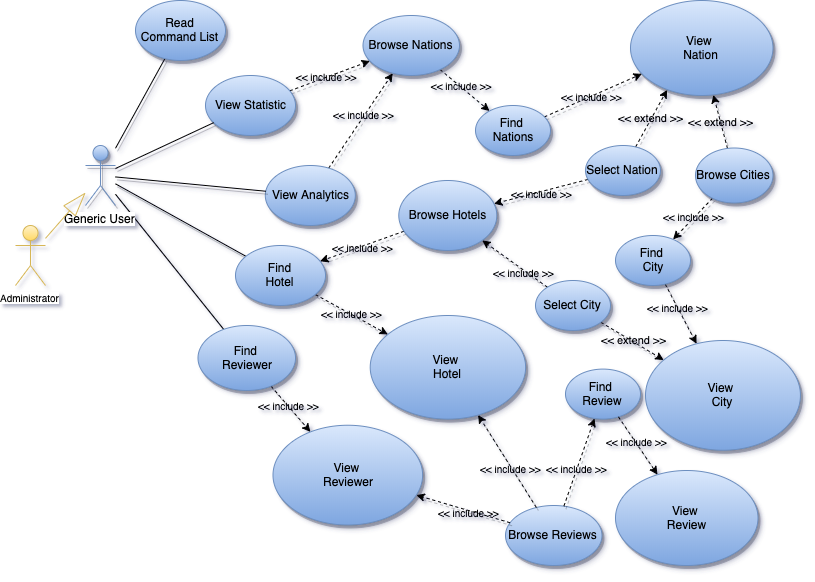
MatteoDJon/Task2LSMDB keeps this draw.io diagram as img/uml_generic_user.png. Above is the earlier version. Source tidied: cells renumbered, new cells last; positions are measured from the earlier drawing's top-left corner, leaving out a move shared by most shapes.
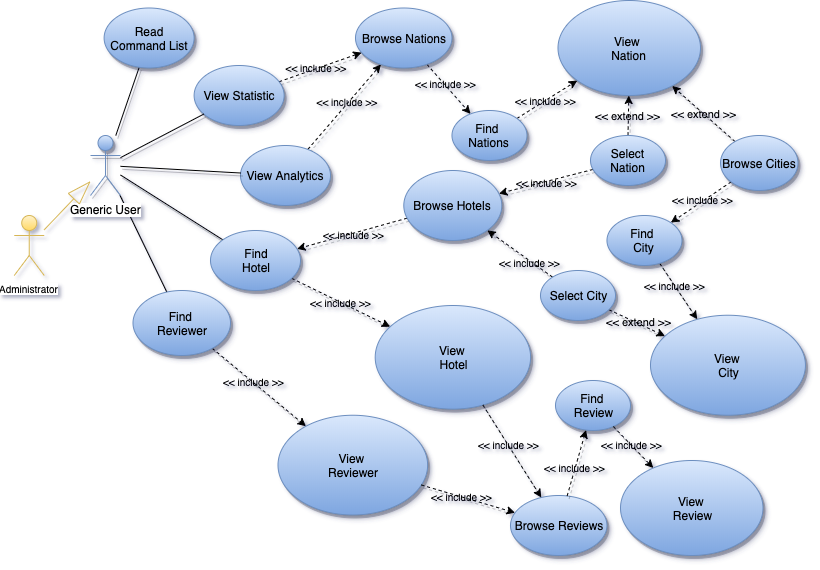
The same diagram one commit later.

Change to the diagram source:
```diff
@@ -21,7 +21,7 @@
       <mxGeometry x="-0.11" relative="1" as="geometry" />
     </mxCell>
     <mxCell id="8" value="View Statistic" style="ellipse;whiteSpace=wrap;html=1;fillColor=#dae8fc;strokeColor=#6c8ebf;shadow=1;gradientColor=#7ea6e0;" parent="1" vertex="1">
-      <mxGeometry x="190" y="75" width="90" height="60" as="geometry" />
+      <mxGeometry x="173.6" y="75" width="90" height="60" as="geometry" />
     </mxCell>
     <mxCell id="9" style="edgeStyle=none;rounded=0;jettySize=auto;html=1;dashed=1;endArrow=classic;endFill=1;shadow=1;fillColor=#60a917;strokeColor=#000000;" parent="1" edge="1" source="11" target="16">
       <mxGeometry relative="1" as="geometry" />
@@ -30,7 +30,7 @@
       <mxGeometry x="0.1" y="1" relative="1" as="geometry" />
     </mxCell>
     <mxCell id="11" value="View Analytics" style="ellipse;whiteSpace=wrap;html=1;fillColor=#dae8fc;strokeColor=#6c8ebf;shadow=1;gradientColor=#7ea6e0;" parent="1" vertex="1">
-      <mxGeometry x="249.8" y="165" width="90" height="60" as="geometry" />
+      <mxGeometry x="220" y="155" width="90" height="60" as="geometry" />
     </mxCell>
     <mxCell id="12" style="endArrow=none;html=1;shadow=1;" parent="1" edge="1" source="3" target="8">
       <mxGeometry relative="1" as="geometry" />
@@ -45,7 +45,7 @@
       <mxGeometry x="-0.15" relative="1" as="geometry" />
     </mxCell>
     <mxCell id="16" value="Browse Nations" style="ellipse;whiteSpace=wrap;html=1;fillColor=#dae8fc;strokeColor=#6c8ebf;shadow=1;gradientColor=#7ea6e0;" parent="1" vertex="1">
-      <mxGeometry x="347.5" y="15" width="96.5" height="60" as="geometry" />
+      <mxGeometry x="335" y="17.5" width="96.5" height="60" as="geometry" />
     </mxCell>
     <mxCell id="17" style="edgeStyle=none;rounded=0;jettySize=auto;html=1;dashed=1;endArrow=classic;endFill=1;shadow=1;fillColor=#60a917;strokeColor=#000000;" parent="1" edge="1" source="20" target="21">
       <mxGeometry relative="1" as="geometry" />
@@ -57,15 +57,13 @@
       <mxGeometry x="-0.04" relative="1" as="geometry" />
     </mxCell>
     <mxCell id="20" value="Find &lt;br&gt;Nations" style="ellipse;whiteSpace=wrap;html=1;fillColor=#dae8fc;strokeColor=#6c8ebf;shadow=1;gradientColor=#7ea6e0;" parent="1" vertex="1">
-      <mxGeometry x="460" y="105" width="75" height="50" as="geometry" />
+      <mxGeometry x="431.5" y="120" width="75" height="50" as="geometry" />
     </mxCell>
     <mxCell id="21" value="View&amp;nbsp;&lt;br&gt;Nation" style="ellipse;whiteSpace=wrap;html=1;fillColor=#dae8fc;strokeColor=#6c8ebf;shadow=1;gradientColor=#7ea6e0;" parent="1" vertex="1">
-      <mxGeometry x="615" width="142.5" height="95" as="geometry" />
+      <mxGeometry x="537.5" y="10" width="142.5" height="95" as="geometry" />
     </mxCell>
-    <mxCell id="22" value="&amp;lt;&amp;lt; extend &amp;gt;&amp;gt;" style="edgeStyle=none;rounded=0;jettySize=auto;html=1;dashed=1;endArrow=classic;endFill=1;shadow=1;labelBackgroundColor=none;" parent="1" edge="1" source="25">
-      <mxGeometry relative="1" as="geometry">
-        <mxPoint x="651.6" y="89.4" as="targetPoint" />
-      </mxGeometry>
+    <mxCell id="22" value="&amp;lt;&amp;lt; extend &amp;gt;&amp;gt;" style="edgeStyle=none;rounded=0;jettySize=auto;html=1;dashed=1;endArrow=classic;endFill=1;shadow=1;labelBackgroundColor=none;" parent="1" edge="1" source="25" target="21">
+      <mxGeometry relative="1" as="geometry" />
     </mxCell>
     <mxCell id="23" style="edgeStyle=none;rounded=0;jettySize=auto;html=1;dashed=1;endArrow=classic;endFill=1;shadow=1;" parent="1" edge="1" source="25" target="38">
       <mxGeometry relative="1" as="geometry" />
@@ -86,10 +84,10 @@
       <mxGeometry x="-0.08" y="-2" relative="1" as="geometry" />
     </mxCell>
     <mxCell id="29" value="Browse Cities" style="ellipse;whiteSpace=wrap;html=1;fillColor=#dae8fc;strokeColor=#6c8ebf;shadow=1;gradientColor=#7ea6e0;" parent="1" vertex="1">
-      <mxGeometry x="680" y="147.5" width="77.5" height="55" as="geometry" />
+      <mxGeometry x="700" y="145" width="77.5" height="55" as="geometry" />
     </mxCell>
     <mxCell id="30" value="View&amp;nbsp;&lt;br&gt;City" style="ellipse;whiteSpace=wrap;html=1;fillColor=#dae8fc;strokeColor=#6c8ebf;shadow=1;gradientColor=#7ea6e0;" parent="1" vertex="1">
-      <mxGeometry x="630" y="340" width="154.9" height="109.7" as="geometry" />
+      <mxGeometry x="630" y="324.7" width="154.9" height="100" as="geometry" />
     </mxCell>
     <mxCell id="31" value="&lt;span style=&quot;color: rgba(0 , 0 , 0 , 0) ; font-family: monospace ; font-size: 0px ; background-color: rgb(248 , 249 , 250)&quot;&gt;%3CmxGraphModel%3E%3Croot%3E%3CmxCell%20id%3D%220%22%2F%3E%3CmxCell%20id%3D%221%22%20parent%3D%220%22%2F%3E%3CmxCell%20id%3D%222%22%20value%3D%22%26amp%3Blt%3B%26amp%3Blt%3B%20extend%20%26amp%3Bgt%3B%26amp%3Bgt%3B%22%20style%3D%22edgeStyle%3Dnone%3Brounded%3D0%3BorthogonalLoop%3D1%3BjettySize%3Dauto%3Bhtml%3D1%3Bdashed%3D1%3BendArrow%3Dclassic%3BendFill%3D1%3Bshadow%3D1%3B%22%20edge%3D%221%22%20parent%3D%221%22%3E%3CmxGeometry%20relative%3D%221%22%20as%3D%22geometry%22%3E%3CmxPoint%20x%3D%22584.3606180702795%22%20y%3D%22163.01770083657925%22%20as%3D%22sourcePoint%22%2F%3E%3CmxPoint%20x%3D%22631.6137493807867%22%20y%3D%22104.37369975044908%22%20as%3D%22targetPoint%22%2F%3E%3C%2FmxGeometry%3E%3C%2FmxCell%3E%3C%2Froot%3E%3C%2FmxGraphModel%3E&lt;/span&gt;" style="edgeStyle=none;rounded=0;jettySize=auto;html=1;dashed=1;endArrow=classic;endFill=1;shadow=1;" parent="1" edge="1" source="35" target="30">
       <mxGeometry relative="1" as="geometry" />
@@ -121,13 +119,13 @@
       <mxGeometry x="354.7" y="315" width="155.4" height="103.6" as="geometry" />
     </mxCell>
     <mxCell id="40" value="Read Command List" style="ellipse;whiteSpace=wrap;html=1;fillColor=#dae8fc;strokeColor=#6c8ebf;shadow=1;gradientColor=#7ea6e0;" parent="1" vertex="1">
-      <mxGeometry x="120" width="90" height="60" as="geometry" />
+      <mxGeometry x="83.6" y="17.5" width="90" height="60" as="geometry" />
     </mxCell>
     <mxCell id="41" value="&lt;span style=&quot;font-size: 10px;&quot;&gt;&amp;lt;&amp;lt; include &amp;gt;&amp;gt;&lt;/span&gt;" style="edgeStyle=none;rounded=0;jettySize=auto;html=1;dashed=1;endArrow=classic;endFill=1;shadow=1;labelBackgroundColor=none;" parent="1" edge="1" source="42" target="39">
       <mxGeometry relative="1" as="geometry" />
     </mxCell>
     <mxCell id="42" value="Find&lt;br&gt;Hotel" style="ellipse;whiteSpace=wrap;html=1;fillColor=#dae8fc;strokeColor=#6c8ebf;shadow=1;gradientColor=#7ea6e0;" parent="1" vertex="1">
-      <mxGeometry x="220" y="245" width="90" height="60" as="geometry" />
+      <mxGeometry x="190" y="240" width="90" height="60" as="geometry" />
     </mxCell>
     <mxCell id="43" style="edgeStyle=none;rounded=0;jettySize=auto;html=1;dashed=1;endArrow=classic;endFill=1;shadow=1;" parent="1" edge="1" source="45" target="46">
       <mxGeometry relative="1" as="geometry" />
@@ -136,7 +134,7 @@
       <mxGeometry x="-0.13" y="1" relative="1" as="geometry" />
     </mxCell>
     <mxCell id="45" value="Find &lt;br&gt;Reviewer" style="ellipse;whiteSpace=wrap;html=1;fillColor=#dae8fc;strokeColor=#6c8ebf;shadow=1;gradientColor=#7ea6e0;" parent="1" vertex="1">
-      <mxGeometry x="182.5" y="325" width="97.5" height="65" as="geometry" />
+      <mxGeometry x="112.5" y="300" width="97.5" height="65" as="geometry" />
     </mxCell>
     <mxCell id="46" value="View&amp;nbsp;&lt;br&gt;Reviewer" style="ellipse;whiteSpace=wrap;html=1;fillColor=#dae8fc;strokeColor=#6c8ebf;shadow=1;gradientColor=#7ea6e0;" parent="1" vertex="1">
       <mxGeometry x="257.5" y="424.7" width="149.6" height="99.7" as="geometry" />
@@ -148,31 +146,31 @@
       <mxGeometry x="-0.22" relative="1" as="geometry" />
     </mxCell>
     <mxCell id="49" value="Find &lt;br&gt;City" style="ellipse;whiteSpace=wrap;html=1;fillColor=#dae8fc;strokeColor=#6c8ebf;shadow=1;gradientColor=#7ea6e0;" parent="1" vertex="1">
-      <mxGeometry x="600" y="235" width="75" height="50" as="geometry" />
+      <mxGeometry x="586.5" y="225" width="75" height="50" as="geometry" />
     </mxCell>
     <mxCell id="50" style="edgeStyle=none;rounded=0;jettySize=auto;html=1;labelBackgroundColor=none;endArrow=blockThin;endFill=0;endSize=22;strokeColor=#d6b656;strokeWidth=1;fontSize=10;gradientColor=#ffd966;fillColor=#fff2cc;" parent="1" edge="1" source="51" target="3">
       <mxGeometry relative="1" as="geometry" />
     </mxCell>
     <mxCell id="51" value="Administrator&lt;br&gt;" style="shape=umlActor;verticalLabelPosition=bottom;labelBackgroundColor=#ffffff;verticalAlign=top;html=1;outlineConnect=0;fillColor=#fff2cc;fontSize=10;gradientColor=#ffd966;strokeColor=#d6b656;" parent="1" vertex="1">
-      <mxGeometry y="225" width="30" height="60" as="geometry" />
+      <mxGeometry x="-6.3" y="225" width="30" height="60" as="geometry" />
     </mxCell>
     <mxCell id="52" value="Browse Reviews" style="ellipse;whiteSpace=wrap;html=1;fillColor=#dae8fc;strokeColor=#6c8ebf;shadow=1;gradientColor=#7ea6e0;" parent="1" vertex="1">
       <mxGeometry x="490" y="505" width="96.5" height="60" as="geometry" />
     </mxCell>
-    <mxCell id="53" style="edgeStyle=none;rounded=0;jettySize=auto;html=1;dashed=1;endArrow=classic;endFill=1;shadow=1;" parent="1" edge="1" source="52" target="46">
+    <mxCell id="53" style="edgeStyle=none;rounded=0;jettySize=auto;html=1;dashed=1;endArrow=classic;endFill=1;shadow=1;" parent="1" edge="1" source="46" target="52">
       <mxGeometry relative="1" as="geometry" />
     </mxCell>
     <mxCell id="54" value="&lt;span style=&quot;&quot;&gt;&amp;lt;&amp;lt; include &amp;gt;&amp;gt;&lt;/span&gt;" style="text;html=1;align=center;verticalAlign=middle;labelBackgroundColor=none;fontSize=10;" parent="53" vertex="1">
       <mxGeometry x="-0.13" y="1" relative="1" as="geometry" />
     </mxCell>
-    <mxCell id="55" style="edgeStyle=none;rounded=0;jettySize=auto;html=1;dashed=1;endArrow=classic;endFill=1;shadow=1;" parent="1" edge="1" source="52" target="39">
+    <mxCell id="55" style="edgeStyle=none;rounded=0;jettySize=auto;html=1;dashed=1;endArrow=classic;endFill=1;shadow=1;" parent="1" edge="1" source="39" target="52">
       <mxGeometry relative="1" as="geometry" />
     </mxCell>
     <mxCell id="56" value="&lt;span style=&quot;&quot;&gt;&amp;lt;&amp;lt; include &amp;gt;&amp;gt;&lt;/span&gt;" style="text;html=1;align=center;verticalAlign=middle;labelBackgroundColor=none;fontSize=10;" parent="55" vertex="1">
       <mxGeometry x="-0.13" y="1" relative="1" as="geometry" />
     </mxCell>
     <mxCell id="57" value="Find &lt;br&gt;Review" style="ellipse;whiteSpace=wrap;html=1;fillColor=#dae8fc;strokeColor=#6c8ebf;shadow=1;gradientColor=#7ea6e0;" parent="1" vertex="1">
-      <mxGeometry x="550" y="368.6" width="75" height="50" as="geometry" />
+      <mxGeometry x="535" y="390" width="75" height="50" as="geometry" />
     </mxCell>
     <mxCell id="58" value="View&amp;nbsp;&lt;br&gt;Review" style="ellipse;whiteSpace=wrap;html=1;fillColor=#dae8fc;strokeColor=#6c8ebf;shadow=1;gradientColor=#7ea6e0;" parent="1" vertex="1">
       <mxGeometry x="600" y="470" width="142.5" height="95" as="geometry" />
```
